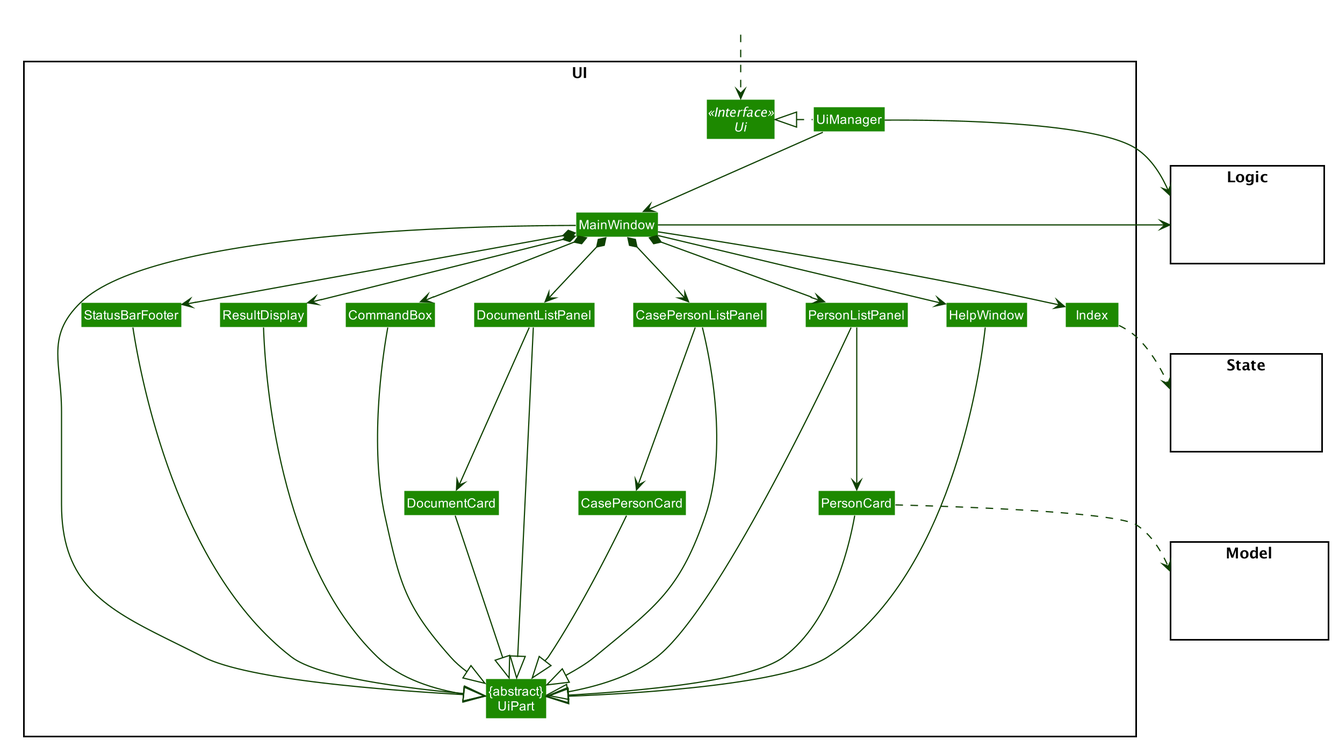
The PlantUML diagram docs/images/UiClassDiagram.png in nus-cs2103-AY2021S1/tp, before a commit.
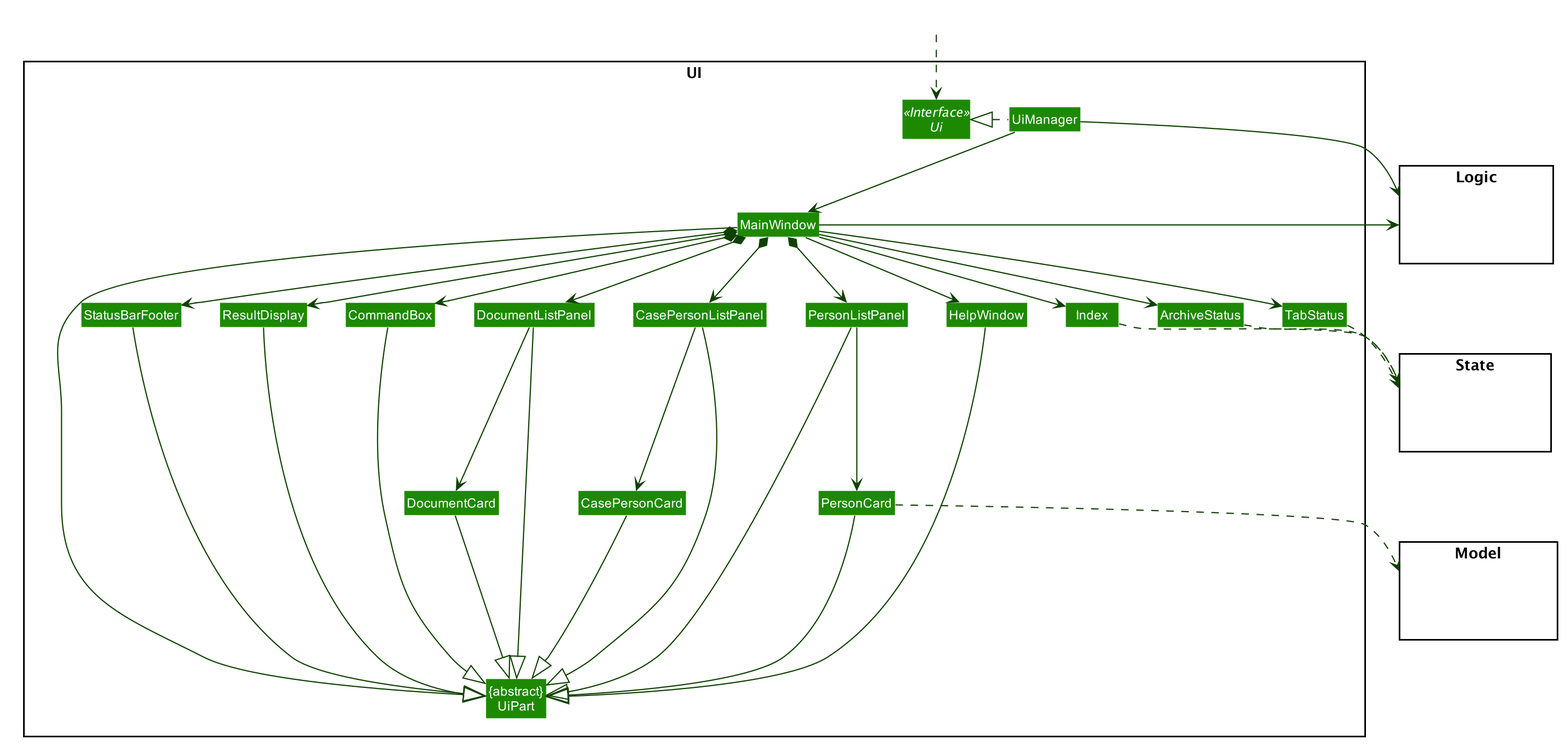
Later version of the same file.

Commit message:
Update Developer Guide

Update UiClassDiagram with ArchiveStatus and TabStatus to denote the observers in MainWindow

The edit, as a diff of the source:
```diff
@@ -46,7 +46,7 @@
 skinparam packageStyle Rectangle
 
 hide footbox
-hide members
+hide empty members
 hide circle
 skinparam arrowThickness 1.1
 skinparam arrowColor #0E4100
@@ -68,6 +68,8 @@
 Class CasePersonListPanel
 Class CasePersonCard
 Class Index
+Class ArchiveStatus
+Class TabStatus
 }
 
 package Model <<Rectangle>> {
@@ -114,11 +116,18 @@
 PersonCard ---|> UiPart
 
 PersonCard ..> Model
-Index ..> State
 UiManager -right-> Logic
 MainWindow -left-> Logic
 MainWindow --> Index
+MainWindow --> ArchiveStatus
+MainWindow --> TabStatus
 
+Index ..> State
+ArchiveStatus ..> State
+TabStatus ..> State
+
+TabStatus -[hidden]left- ArchiveStatus
+ArchiveStatus -[hidden]left- Index
 Index -[hidden]left- HelpWindow
 HelpWindow -[hidden]left- PersonListPanel
 PersonListPanel -[hidden]left- CasePersonListPanel
```
